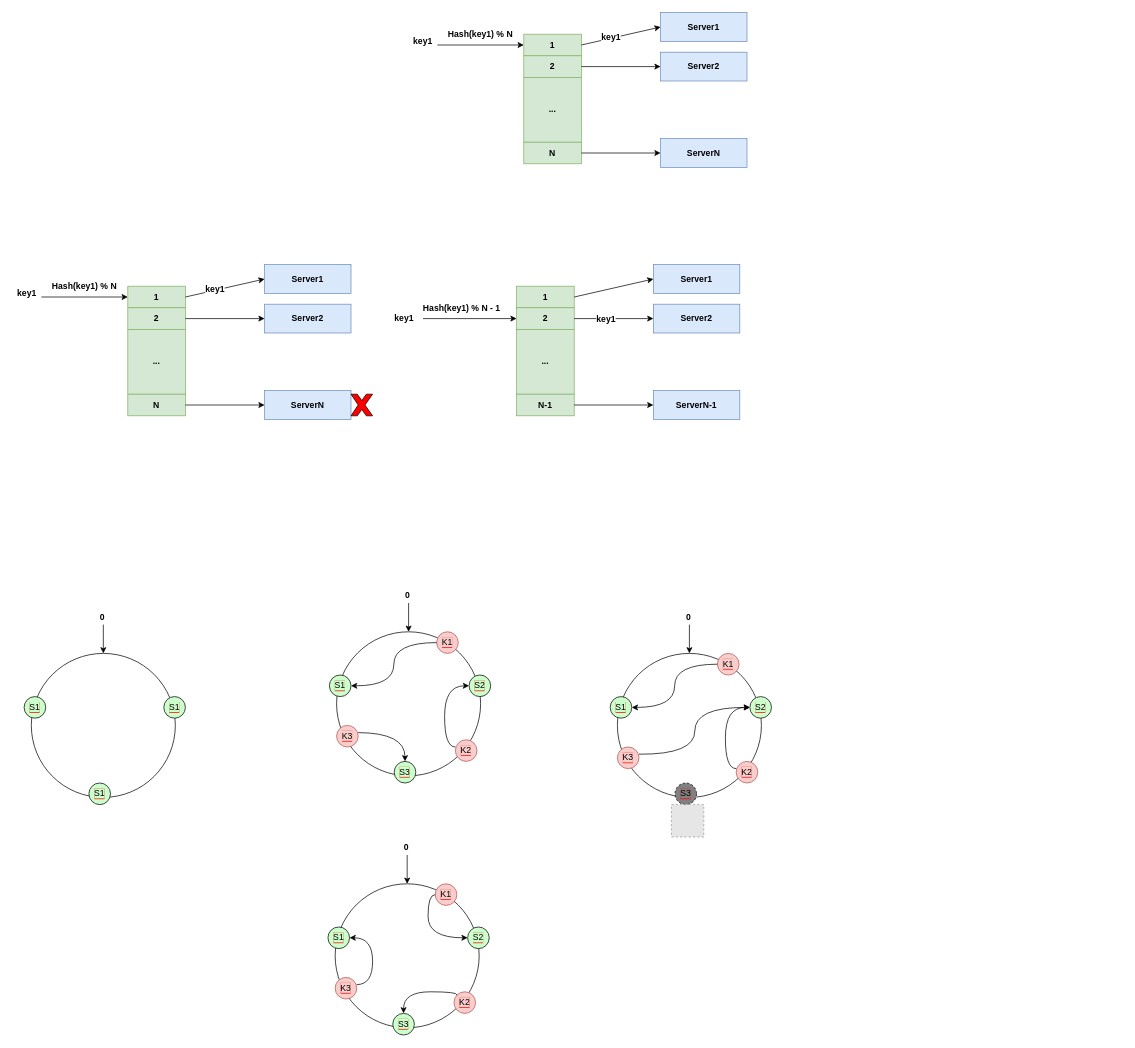
The draw.io diagram consistent_hash.drawio in walkerdu/draw_io, before the edit. Source tidied: cells renumbered, new cells numbered last; positions are measured from the earlier drawing's top-left corner, leaving out a move shared by most shapes. Both pictures are drawn from the tidied source at 72%, with x=0, y=0 at pixel (12, 12). Pictures stored in the file or linked from it are replaced by grey dashed boxes.
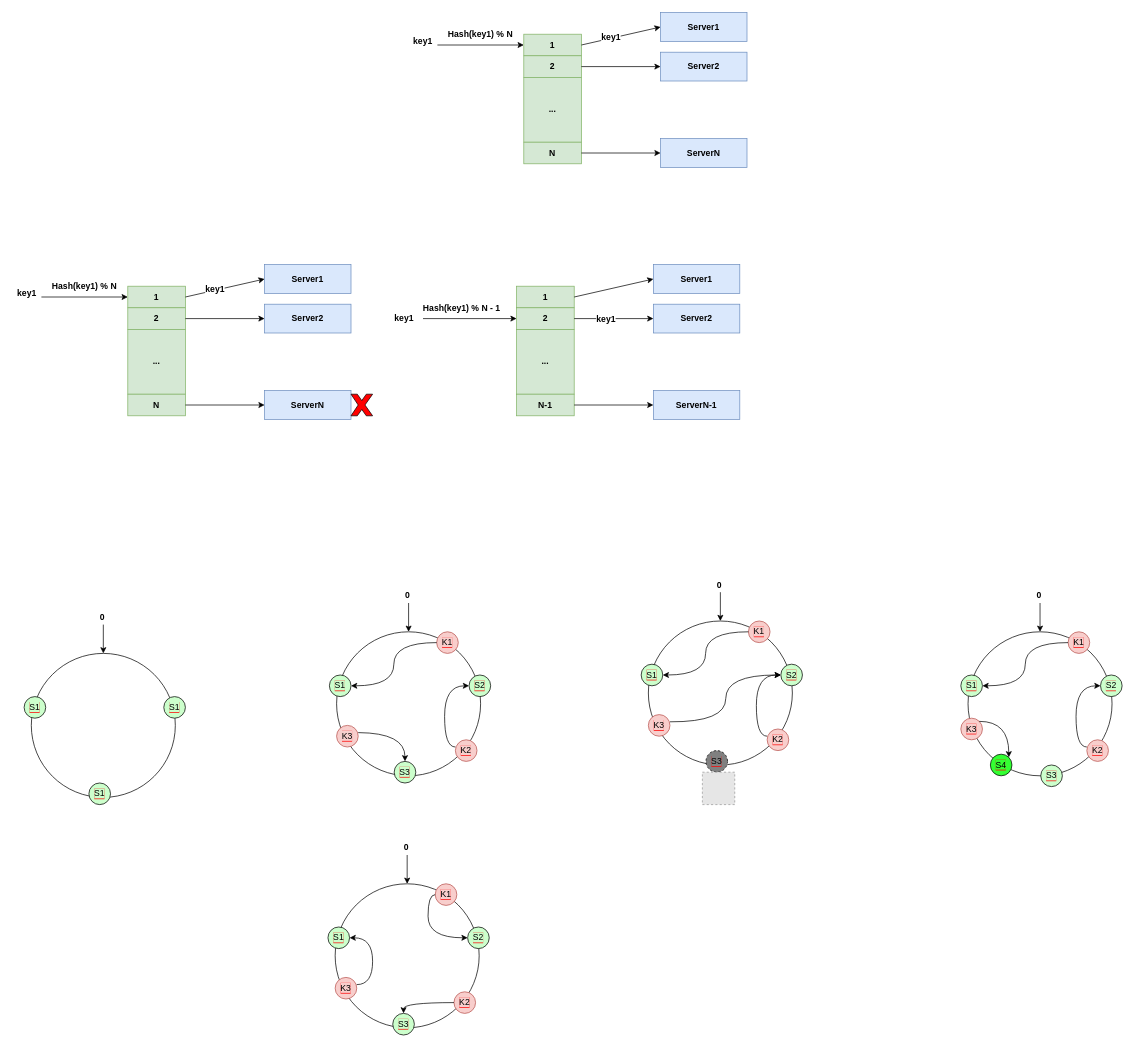
After the change.

Unchanged cells that the change refers to:
```xml
<mxCell id="79" value="&lt;font color=&quot;#000000&quot; style=&quot;background-color: rgb(204 , 255 , 204)&quot;&gt;S3&lt;/font&gt;" style="ellipse;whiteSpace=wrap;html=1;shadow=0;labelBackgroundColor=#FF0000;strokeColor=#000000;fillColor=#CCFFCC;fontColor=#FF0000;gradientColor=none;" parent="1" vertex="1">
  <mxGeometry x="528" y="1390" width="30" height="30" as="geometry" />
</mxCell>
<mxCell id="83" value="&lt;font color=&quot;#000000&quot; style=&quot;background-color: rgb(248 , 206 , 204)&quot;&gt;K2&lt;/font&gt;" style="ellipse;whiteSpace=wrap;html=1;shadow=0;labelBackgroundColor=#FF0000;strokeColor=#b85450;fillColor=#f8cecc;" parent="1" vertex="1">
  <mxGeometry x="613" y="1360" width="30" height="30" as="geometry" />
</mxCell>
```

Diff of the diagram source:
```diff
@@
     <mxCell id="63" style="ellipse;whiteSpace=wrap;html=1;shadow=0;labelBackgroundColor=#FF0000;strokeColor=#000000;fillColor=none;fontColor=#FF0000;" parent="1" vertex="1">
-      <mxGeometry x="840" y="890" width="200" height="200" as="geometry" />
+      <mxGeometry x="883" y="845" width="200" height="200" as="geometry" />
     </mxCell>
     <mxCell id="64" style="endArrow=classic;html=1;fontColor=#FF0000;entryX=0.5;entryY=0;entryDx=0;entryDy=0;" parent="1" edge="1" target="63">
       <mxGeometry relative="1" as="geometry">
-        <mxPoint x="940" y="850" as="sourcePoint" />
+        <mxPoint x="983" y="805" as="sourcePoint" />
       </mxGeometry>
     </mxCell>
     <mxCell id="65" value="&lt;font color=&quot;#000000&quot; style=&quot;background-color: rgb(204 , 255 , 204)&quot;&gt;S2&lt;/font&gt;" style="ellipse;whiteSpace=wrap;html=1;shadow=0;labelBackgroundColor=#FF0000;strokeColor=#000000;fillColor=#CCFFCC;fontColor=#FF0000;gradientColor=none;" parent="1" vertex="1">
-      <mxGeometry x="1024" y="950" width="30" height="30" as="geometry" />
+      <mxGeometry x="1067" y="905" width="30" height="30" as="geometry" />
     </mxCell>
     <mxCell id="66" value="&lt;font color=&quot;#000000&quot; style=&quot;background-color: rgb(128 , 128 , 128)&quot;&gt;S3&lt;/font&gt;" style="ellipse;whiteSpace=wrap;html=1;shadow=0;labelBackgroundColor=#FF0000;strokeColor=#000000;fillColor=#808080;fontColor=#FF0000;gradientColor=none;dashed=1;" parent="1" vertex="1">
-      <mxGeometry x="920" y="1070" width="30" height="30" as="geometry" />
+      <mxGeometry x="963" y="1025" width="30" height="30" as="geometry" />
     </mxCell>
     <mxCell id="67" value="&lt;font color=&quot;#000000&quot; style=&quot;background-color: rgb(204 , 255 , 204)&quot;&gt;S1&lt;/font&gt;" style="ellipse;whiteSpace=wrap;html=1;shadow=0;labelBackgroundColor=#FF0000;strokeColor=#000000;fillColor=#CCFFCC;fontColor=#FF0000;gradientColor=none;" parent="1" vertex="1">
-      <mxGeometry x="830" y="950" width="30" height="30" as="geometry" />
+      <mxGeometry x="873" y="905" width="30" height="30" as="geometry" />
     </mxCell>
     <mxCell id="68" value="0" style="text;html=1;strokeColor=none;fillColor=none;align=center;verticalAlign=middle;whiteSpace=wrap;rounded=0;fontStyle=1;" parent="1" vertex="1">
-      <mxGeometry x="929" y="830" width="20" height="20" as="geometry" />
+      <mxGeometry x="972" y="785" width="20" height="20" as="geometry" />
     </mxCell>
     <mxCell id="69" value="&lt;font color=&quot;#000000&quot; style=&quot;background-color: rgb(248 , 206 , 204)&quot;&gt;K1&lt;/font&gt;" style="ellipse;whiteSpace=wrap;html=1;shadow=0;labelBackgroundColor=#FF0000;strokeColor=#b85450;fillColor=#f8cecc;" parent="1" vertex="1">
-      <mxGeometry x="979" y="890" width="30" height="30" as="geometry" />
+      <mxGeometry x="1022" y="845" width="30" height="30" as="geometry" />
     </mxCell>
     <mxCell id="70" value="&lt;font color=&quot;#000000&quot; style=&quot;background-color: rgb(248 , 206 , 204)&quot;&gt;K2&lt;/font&gt;" style="ellipse;whiteSpace=wrap;html=1;shadow=0;labelBackgroundColor=#FF0000;strokeColor=#b85450;fillColor=#f8cecc;" parent="1" vertex="1">
-      <mxGeometry x="1005" y="1040" width="30" height="30" as="geometry" />
+      <mxGeometry x="1048" y="995" width="30" height="30" as="geometry" />
     </mxCell>
@@
     <mxCell id="72" style="endArrow=classic;html=1;fontColor=#FF0000;edgeStyle=orthogonalEdgeStyle;curved=1;entryX=0;entryY=0.5;entryDx=0;entryDy=0;" parent="1" edge="1" target="65">
       <mxGeometry relative="1" as="geometry">
-        <mxPoint x="1005" y="1050" as="sourcePoint" />
+        <mxPoint x="1048" y="1005" as="sourcePoint" />
         <Array as="points">
-          <mxPoint x="990" y="1050" />
-          <mxPoint x="990" y="965" />
+          <mxPoint x="1033" y="1005" />
+          <mxPoint x="1033" y="920" />
         </Array>
       </mxGeometry>
     </mxCell>
     <mxCell id="73" value="&lt;font color=&quot;#000000&quot; style=&quot;background-color: rgb(248 , 206 , 204)&quot;&gt;K3&lt;/font&gt;" style="ellipse;whiteSpace=wrap;html=1;shadow=0;labelBackgroundColor=#FF0000;strokeColor=#b85450;fillColor=#f8cecc;" parent="1" vertex="1">
-      <mxGeometry x="840" y="1020" width="30" height="30" as="geometry" />
+      <mxGeometry x="883" y="975" width="30" height="30" as="geometry" />
     </mxCell>
     <mxCell id="74" style="endArrow=classic;html=1;fontColor=#FF0000;edgeStyle=orthogonalEdgeStyle;curved=1;entryX=0;entryY=0.5;entryDx=0;entryDy=0;" parent="1" edge="1" target="65">
       <mxGeometry relative="1" as="geometry">
-        <mxPoint x="870" y="1030" as="sourcePoint" />
+        <mxPoint x="913" y="985" as="sourcePoint" />
       </mxGeometry>
     </mxCell>
     <mxCell id="75" style="fillColor=#E6E6E6;strokeColor=#999999;dashed=1;html=1;verticalAlign=top;verticalLabelPosition=bottom;labelBackgroundColor=#ffffff;fontColor=#FF0000;" parent="1" vertex="1">
-      <mxGeometry x="915" y="1100" width="45" height="45" as="geometry" />
+      <mxGeometry x="958" y="1055" width="45" height="45" as="geometry" />
     </mxCell>
@@
-    <mxCell id="87" style="endArrow=classic;html=1;fontColor=#FF0000;edgeStyle=orthogonalEdgeStyle;curved=1;entryX=0.5;entryY=0;entryDx=0;entryDy=0;exitX=0;exitY=0;exitDx=0;exitDy=0;" parent="1" edge="1" source="83" target="79">
-      <mxGeometry relative="1" as="geometry">
-        <Array as="points">
-          <mxPoint x="617" y="1360" />
-          <mxPoint x="543" y="1360" />
-        </Array>
-      </mxGeometry>
+    <mxCell id="87" style="endArrow=classic;html=1;fontColor=#FF0000;edgeStyle=orthogonalEdgeStyle;curved=1;entryX=0.5;entryY=0;entryDx=0;entryDy=0;exitX=0;exitY=0.5;exitDx=0;exitDy=0;fontStyle=4;" parent="1" edge="1" source="83" target="79">
+      <mxGeometry relative="1" as="geometry" />
     </mxCell>
+    <mxCell id="88" style="ellipse;whiteSpace=wrap;html=1;shadow=0;labelBackgroundColor=#FF0000;strokeColor=#000000;fillColor=none;fontColor=#FF0000;" parent="1" vertex="1">
+      <mxGeometry x="1327" y="860" width="200" height="200" as="geometry" />
+    </mxCell>
+    <mxCell id="89" style="endArrow=classic;html=1;fontColor=#FF0000;entryX=0.5;entryY=0;entryDx=0;entryDy=0;" parent="1" edge="1" target="88">
+      <mxGeometry relative="1" as="geometry">
+        <mxPoint x="1427" y="820" as="sourcePoint" />
+      </mxGeometry>
+    </mxCell>
+    <mxCell id="90" value="&lt;font color=&quot;#000000&quot; style=&quot;background-color: rgb(204 , 255 , 204)&quot;&gt;S2&lt;/font&gt;" style="ellipse;whiteSpace=wrap;html=1;shadow=0;labelBackgroundColor=#FF0000;strokeColor=#000000;fillColor=#CCFFCC;fontColor=#FF0000;gradientColor=none;" parent="1" vertex="1">
+      <mxGeometry x="1511" y="920" width="30" height="30" as="geometry" />
+    </mxCell>
+    <mxCell id="91" value="&lt;font color=&quot;#000000&quot; style=&quot;background-color: rgb(204 , 255 , 204)&quot;&gt;S3&lt;/font&gt;" style="ellipse;whiteSpace=wrap;html=1;shadow=0;labelBackgroundColor=#FF0000;strokeColor=#000000;fillColor=#CCFFCC;fontColor=#FF0000;gradientColor=none;" parent="1" vertex="1">
+      <mxGeometry x="1428" y="1045" width="30" height="30" as="geometry" />
+    </mxCell>
+    <mxCell id="92" value="&lt;font color=&quot;#000000&quot; style=&quot;background-color: rgb(204 , 255 , 204)&quot;&gt;S1&lt;/font&gt;" style="ellipse;whiteSpace=wrap;html=1;shadow=0;labelBackgroundColor=#FF0000;strokeColor=#000000;fillColor=#CCFFCC;fontColor=#FF0000;gradientColor=none;" parent="1" vertex="1">
+      <mxGeometry x="1317" y="920" width="30" height="30" as="geometry" />
+    </mxCell>
+    <mxCell id="93" value="0" style="text;html=1;strokeColor=none;fillColor=none;align=center;verticalAlign=middle;whiteSpace=wrap;rounded=0;fontStyle=1;" parent="1" vertex="1">
+      <mxGeometry x="1416" y="800" width="20" height="20" as="geometry" />
+    </mxCell>
+    <mxCell id="94" value="&lt;font color=&quot;#000000&quot; style=&quot;background-color: rgb(248 , 206 , 204)&quot;&gt;K1&lt;/font&gt;" style="ellipse;whiteSpace=wrap;html=1;shadow=0;labelBackgroundColor=#FF0000;strokeColor=#b85450;fillColor=#f8cecc;" parent="1" vertex="1">
+      <mxGeometry x="1466" y="860" width="30" height="30" as="geometry" />
+    </mxCell>
+    <mxCell id="95" value="&lt;font color=&quot;#000000&quot; style=&quot;background-color: rgb(248 , 206 , 204)&quot;&gt;K2&lt;/font&gt;" style="ellipse;whiteSpace=wrap;html=1;shadow=0;labelBackgroundColor=#FF0000;strokeColor=#b85450;fillColor=#f8cecc;" parent="1" vertex="1">
+      <mxGeometry x="1492" y="1010" width="30" height="30" as="geometry" />
+    </mxCell>
+    <mxCell id="96" style="endArrow=classic;html=1;fontColor=#FF0000;edgeStyle=orthogonalEdgeStyle;curved=1;entryX=1;entryY=0.5;entryDx=0;entryDy=0;exitX=0;exitY=0.5;exitDx=0;exitDy=0;" parent="1" edge="1" source="94" target="92">
+      <mxGeometry relative="1" as="geometry" />
+    </mxCell>
+    <mxCell id="97" style="endArrow=classic;html=1;fontColor=#FF0000;edgeStyle=orthogonalEdgeStyle;curved=1;entryX=0;entryY=0.5;entryDx=0;entryDy=0;" parent="1" edge="1" target="90">
+      <mxGeometry relative="1" as="geometry">
+        <mxPoint x="1492" y="1020" as="sourcePoint" />
+        <Array as="points">
+          <mxPoint x="1477" y="1020" />
+          <mxPoint x="1477" y="935" />
+        </Array>
+      </mxGeometry>
+    </mxCell>
+    <mxCell id="98" value="&lt;font color=&quot;#000000&quot; style=&quot;background-color: rgb(248 , 206 , 204)&quot;&gt;K3&lt;/font&gt;" style="ellipse;whiteSpace=wrap;html=1;shadow=0;labelBackgroundColor=#FF0000;strokeColor=#b85450;fillColor=#f8cecc;" parent="1" vertex="1">
+      <mxGeometry x="1317" y="980" width="30" height="30" as="geometry" />
+    </mxCell>
+    <mxCell id="99" value="&lt;font color=&quot;#000000&quot; style=&quot;background-color: rgb(51 , 255 , 51)&quot;&gt;S4&lt;/font&gt;" style="ellipse;whiteSpace=wrap;html=1;shadow=0;labelBackgroundColor=#FF0000;strokeColor=#000000;fillColor=#33FF33;fontColor=#FF0000;gradientColor=none;" parent="1" vertex="1">
+      <mxGeometry x="1358" y="1030" width="30" height="30" as="geometry" />
+    </mxCell>
+    <mxCell id="100" style="endArrow=classic;html=1;fontColor=#FF0000;edgeStyle=orthogonalEdgeStyle;curved=1;entryX=1;entryY=0;entryDx=0;entryDy=0;exitX=1;exitY=0;exitDx=0;exitDy=0;" parent="1" edge="1" source="98" target="99">
+      <mxGeometry relative="1" as="geometry">
+        <Array as="points">
+          <mxPoint x="1384" y="984" />
+        </Array>
+      </mxGeometry>
+    </mxCell>
```
